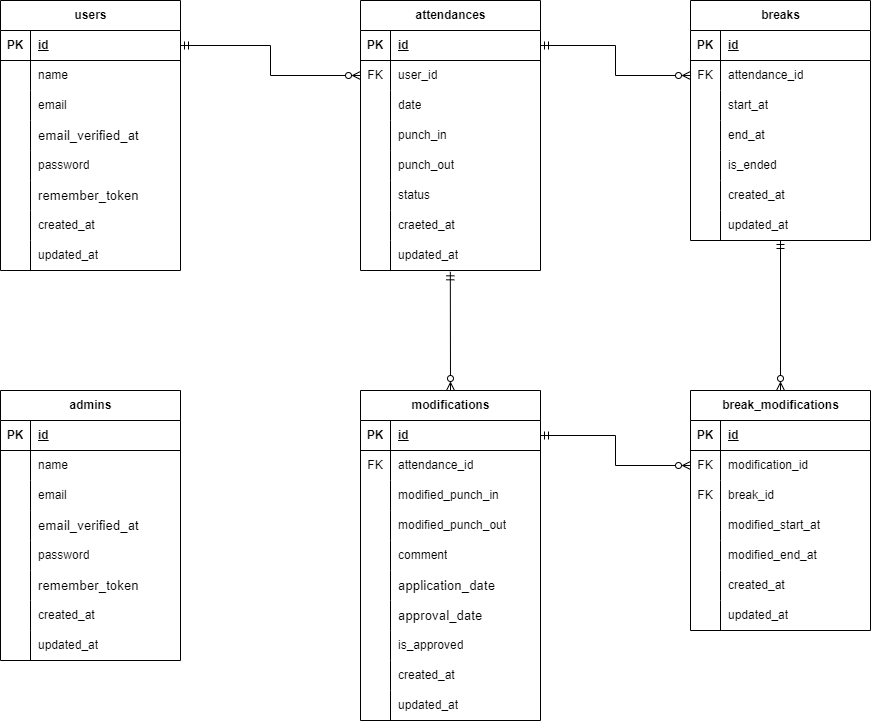
Earlier version of the draw.io export src/ER-diagram.drawio.png (Roba-97/ObanaRyota-mockcase2-attendance-app). Source tidied: cells renumbered, new cells last; positions are measured from the earlier drawing's top-left corner, leaving out a move shared by most shapes.
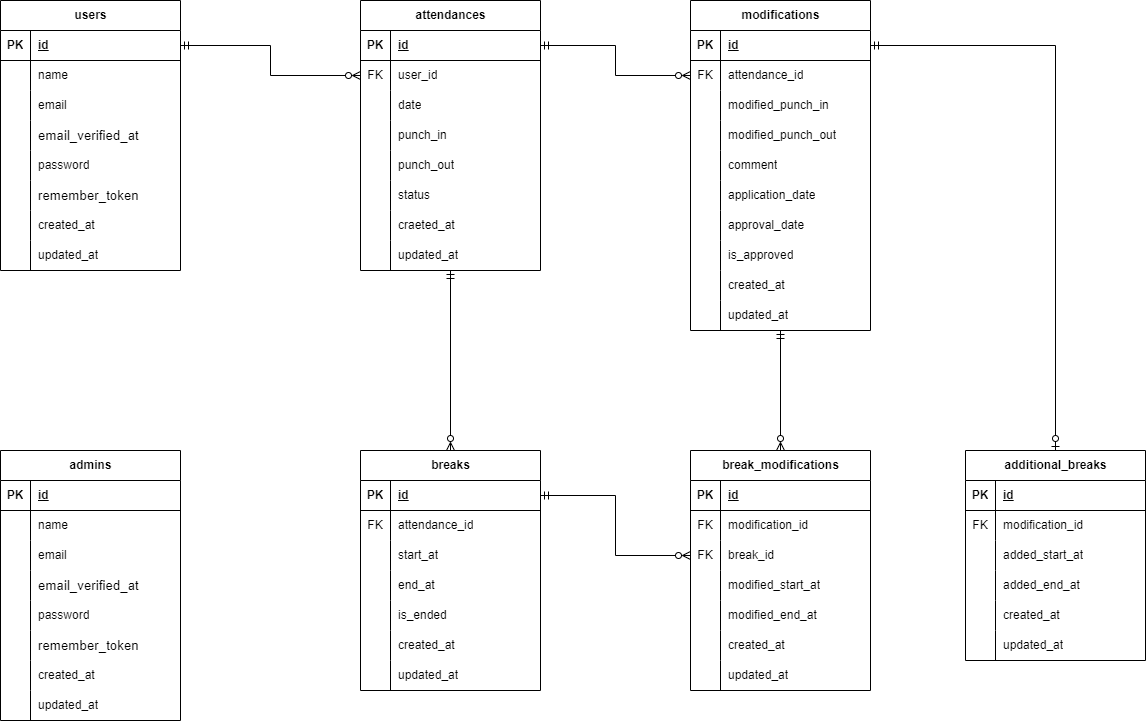
Above is the later version.

Diff of the diagram source:
```diff
@@ -3,7 +3,7 @@
     <mxCell id="0" />
     <mxCell id="1" parent="0" />
     <mxCell id="2" value="users" style="shape=table;startSize=30;rowLines=0;fontStyle=1;align=center;html=1;" parent="1" vertex="1">
-      <mxGeometry width="180" height="270" as="geometry" />
+      <mxGeometry x="-137" y="-30" width="180" height="270" as="geometry" />
     </mxCell>
     <mxCell id="3" style="shape=tableRow;horizontal=0;startSize=0;swimlaneHead=0;swimlaneBody=0;fillColor=none;points=[[0,0.5],[1,0.5]];portConstraint=eastwest;top=0;left=0;right=0;bottom=1;" parent="2" vertex="1">
       <mxGeometry y="30" width="180" height="30" as="geometry" />
@@ -78,7 +78,7 @@
       <mxGeometry x="30" width="150" height="30" as="geometry" />
     </mxCell>
     <mxCell id="27" value="admins" style="shape=table;startSize=30;rowLines=0;fontStyle=1;align=center;html=1;" parent="1" vertex="1">
-      <mxGeometry y="390" width="180" height="270" as="geometry" />
+      <mxGeometry x="-137" y="420" width="180" height="270" as="geometry" />
     </mxCell>
     <mxCell id="28" style="shape=tableRow;horizontal=0;startSize=0;swimlaneHead=0;swimlaneBody=0;fillColor=none;top=0;left=0;right=0;bottom=1;" parent="27" vertex="1">
       <mxGeometry y="30" width="180" height="30" as="geometry" />
@@ -153,7 +153,7 @@
       <mxGeometry x="30" width="150" height="30" as="geometry" />
     </mxCell>
     <mxCell id="52" value="attendances" style="shape=table;startSize=30;rowLines=0;fontStyle=1;align=center;html=1;" parent="1" vertex="1">
-      <mxGeometry x="360" width="180" height="270" as="geometry" />
+      <mxGeometry x="223" y="-30" width="180" height="270" as="geometry" />
     </mxCell>
     <mxCell id="53" style="shape=tableRow;horizontal=0;startSize=0;swimlaneHead=0;swimlaneBody=0;fillColor=none;points=[[0,0.5],[1,0.5]];portConstraint=eastwest;top=0;left=0;right=0;bottom=1;" parent="52" vertex="1">
       <mxGeometry y="30" width="180" height="30" as="geometry" />
@@ -227,8 +227,11 @@
     <mxCell id="76" value="updated_at" style="shape=partialRectangle;fillColor=none;top=0;left=0;bottom=0;right=0;align=left;spacingLeft=6;overflow=hidden;whiteSpace=wrap;html=1;" parent="74" vertex="1">
       <mxGeometry x="30" width="150" height="30" as="geometry" />
     </mxCell>
+    <mxCell id="157" style="edgeStyle=none;html=1;exitX=0.5;exitY=0;exitDx=0;exitDy=0;startArrow=ERzeroToMany;startFill=0;endArrow=ERmandOne;endFill=0;" parent="1" edge="1" source="77" target="74">
+      <mxGeometry relative="1" as="geometry" />
+    </mxCell>
     <mxCell id="77" value="breaks" style="shape=table;startSize=30;rowLines=0;fontStyle=1;align=center;html=1;" parent="1" vertex="1">
-      <mxGeometry x="690" width="180" height="240" as="geometry" />
+      <mxGeometry x="223" y="420" width="180" height="240" as="geometry" />
     </mxCell>
     <mxCell id="78" style="shape=tableRow;horizontal=0;startSize=0;swimlaneHead=0;swimlaneBody=0;fillColor=none;points=[[0,0.5],[1,0.5]];portConstraint=eastwest;top=0;left=0;right=0;bottom=1;" parent="77" vertex="1">
       <mxGeometry y="30" width="180" height="30" as="geometry" />
@@ -294,7 +297,7 @@
       <mxGeometry x="30" width="150" height="30" as="geometry" />
     </mxCell>
     <mxCell id="99" value="modifications" style="shape=table;startSize=30;rowLines=0;fontStyle=1;align=center;html=1;" parent="1" vertex="1">
-      <mxGeometry x="360" y="390" width="180" height="330" as="geometry" />
+      <mxGeometry x="553" y="-30" width="180" height="330" as="geometry" />
     </mxCell>
     <mxCell id="100" style="shape=tableRow;horizontal=0;startSize=0;swimlaneHead=0;swimlaneBody=0;fillColor=none;points=[[0,0.5],[1,0.5]];portConstraint=eastwest;top=0;left=0;right=0;bottom=1;" parent="99" vertex="1">
       <mxGeometry y="30" width="180" height="30" as="geometry" />
@@ -347,7 +350,7 @@
     <mxCell id="116" style="shape=partialRectangle;fillColor=none;top=0;left=0;bottom=0;right=0;overflow=hidden;whiteSpace=wrap;html=1;" parent="115" vertex="1">
       <mxGeometry width="30" height="30" as="geometry" />
     </mxCell>
-    <mxCell id="117" value="&lt;span style=&quot;color: rgb(0, 0, 0); font-size: 10pt; font-family: Arial;&quot;&gt;application_date&lt;/span&gt;" style="shape=partialRectangle;fillColor=none;top=0;left=0;bottom=0;right=0;align=left;spacingLeft=6;overflow=hidden;whiteSpace=wrap;html=1;" parent="115" vertex="1">
+    <mxCell id="117" value="&lt;span style=&quot;color: rgb(0, 0, 0);&quot;&gt;&lt;font face=&quot;Helvetica&quot; style=&quot;&quot;&gt;application_date&lt;/font&gt;&lt;/span&gt;" style="shape=partialRectangle;fillColor=none;top=0;left=0;bottom=0;right=0;align=left;spacingLeft=6;overflow=hidden;whiteSpace=wrap;html=1;" parent="115" vertex="1">
       <mxGeometry x="30" width="150" height="30" as="geometry" />
     </mxCell>
     <mxCell id="118" style="shape=tableRow;horizontal=0;startSize=0;swimlaneHead=0;swimlaneBody=0;fillColor=none;top=0;left=0;right=0;bottom=0;" parent="99" vertex="1">
@@ -356,7 +359,7 @@
     <mxCell id="119" style="shape=partialRectangle;fillColor=none;top=0;left=0;bottom=0;right=0;overflow=hidden;whiteSpace=wrap;html=1;" parent="118" vertex="1">
       <mxGeometry width="30" height="30" as="geometry" />
     </mxCell>
-    <mxCell id="120" value="&lt;span style=&quot;color: rgb(0, 0, 0); font-size: 10pt; font-family: Arial;&quot;&gt;approval_date&lt;/span&gt;" style="shape=partialRectangle;fillColor=none;top=0;left=0;bottom=0;right=0;align=left;spacingLeft=6;overflow=hidden;whiteSpace=wrap;html=1;" parent="118" vertex="1">
+    <mxCell id="120" value="&lt;span style=&quot;color: rgb(0, 0, 0);&quot;&gt;&lt;font face=&quot;Helvetica&quot; style=&quot;&quot;&gt;approval_date&lt;/font&gt;&lt;/span&gt;" style="shape=partialRectangle;fillColor=none;top=0;left=0;bottom=0;right=0;align=left;spacingLeft=6;overflow=hidden;whiteSpace=wrap;html=1;" parent="118" vertex="1">
       <mxGeometry x="30" width="150" height="30" as="geometry" />
     </mxCell>
     <mxCell id="121" style="shape=tableRow;horizontal=0;startSize=0;swimlaneHead=0;swimlaneBody=0;fillColor=none;top=0;left=0;right=0;bottom=0;" parent="99" vertex="1">
@@ -386,11 +389,11 @@
     <mxCell id="129" value="&lt;span style=&quot;color: rgb(0, 0, 0);&quot;&gt;updated_at&lt;/span&gt;" style="shape=partialRectangle;fillColor=none;top=0;left=0;bottom=0;right=0;align=left;spacingLeft=6;overflow=hidden;whiteSpace=wrap;html=1;" parent="127" vertex="1">
       <mxGeometry x="30" width="150" height="30" as="geometry" />
     </mxCell>
-    <mxCell id="130" style="edgeStyle=none;html=1;exitX=0.5;exitY=0;exitDx=0;exitDy=0;endArrow=ERmandOne;endFill=0;startArrow=ERzeroToMany;startFill=0;" parent="1" edge="1" source="131" target="96">
-      <mxGeometry relative="1" as="geometry" />
-    </mxCell>
+    <mxCell id="158" style="edgeStyle=none;html=1;exitX=0.5;exitY=0;exitDx=0;exitDy=0;entryX=0.5;entryY=1;entryDx=0;entryDy=0;endArrow=ERmandOne;endFill=0;startArrow=ERzeroToMany;startFill=0;" parent="1" edge="1" source="131" target="99">
+      <mxGeometry relative="1" as="geometry" />
+    </mxCell>
     <mxCell id="131" value="break_modifications" style="shape=table;startSize=30;rowLines=0;fontStyle=1;align=center;html=1;" parent="1" vertex="1">
-      <mxGeometry x="690" y="390" width="180" height="240" as="geometry" />
+      <mxGeometry x="553" y="420" width="180" height="240" as="geometry" />
     </mxCell>
     <mxCell id="132" style="shape=tableRow;horizontal=0;startSize=0;swimlaneHead=0;swimlaneBody=0;fillColor=none;top=0;left=0;right=0;bottom=1;" parent="131" vertex="1">
       <mxGeometry y="30" width="180" height="30" as="geometry" />
@@ -458,14 +461,71 @@
     <mxCell id="153" style="html=1;exitX=1;exitY=0.5;exitDx=0;exitDy=0;entryX=0;entryY=0.5;entryDx=0;entryDy=0;startArrow=ERmandOne;startFill=0;endArrow=ERzeroToMany;endFill=0;edgeStyle=orthogonalEdgeStyle;rounded=0;curved=0;" parent="1" edge="1" source="3" target="56">
       <mxGeometry relative="1" as="geometry" />
     </mxCell>
-    <mxCell id="154" style="edgeStyle=orthogonalEdgeStyle;html=1;exitX=1;exitY=0.5;exitDx=0;exitDy=0;entryX=0;entryY=0.5;entryDx=0;entryDy=0;rounded=0;startArrow=ERmandOne;startFill=0;endArrow=ERzeroToMany;endFill=0;" parent="1" edge="1" source="53" target="81">
-      <mxGeometry relative="1" as="geometry" />
-    </mxCell>
-    <mxCell id="155" style="edgeStyle=orthogonalEdgeStyle;html=1;exitX=1;exitY=0.5;exitDx=0;exitDy=0;entryX=0;entryY=0.5;entryDx=0;entryDy=0;rounded=0;curved=0;startArrow=ERmandOne;startFill=0;endArrow=ERzeroToMany;endFill=0;" parent="1" edge="1" source="100" target="135">
-      <mxGeometry relative="1" as="geometry" />
-    </mxCell>
-    <mxCell id="156" style="edgeStyle=none;html=1;exitX=0.5;exitY=0;exitDx=0;exitDy=0;entryX=0.499;entryY=1.044;entryDx=0;entryDy=0;entryPerimeter=0;startArrow=ERzeroToMany;startFill=0;endArrow=ERmandOne;endFill=0;" parent="1" edge="1" source="99" target="74">
-      <mxGeometry relative="1" as="geometry" />
-    </mxCell>
+    <mxCell id="159" style="edgeStyle=orthogonalEdgeStyle;html=1;exitX=1;exitY=0.5;exitDx=0;exitDy=0;entryX=0;entryY=0.5;entryDx=0;entryDy=0;strokeColor=default;rounded=0;startArrow=ERmandOne;startFill=0;endArrow=ERzeroToMany;endFill=0;" parent="1" edge="1" source="53" target="103">
+      <mxGeometry relative="1" as="geometry" />
+    </mxCell>
+    <mxCell id="160" value="additional_breaks" style="shape=table;startSize=30;rowLines=0;fontStyle=1;align=center;html=1;" parent="1" vertex="1">
+      <mxGeometry x="828" y="420" width="180" height="210" as="geometry" />
+    </mxCell>
+    <mxCell id="161" style="shape=tableRow;horizontal=0;startSize=0;swimlaneHead=0;swimlaneBody=0;fillColor=none;top=0;left=0;right=0;bottom=1;" parent="160" vertex="1">
+      <mxGeometry y="30" width="180" height="30" as="geometry" />
+    </mxCell>
+    <mxCell id="162" value="PK" style="shape=partialRectangle;fillColor=none;top=0;left=0;bottom=0;right=0;fontStyle=1;overflow=hidden;whiteSpace=wrap;html=1;" parent="161" vertex="1">
+      <mxGeometry width="30" height="30" as="geometry" />
+    </mxCell>
+    <mxCell id="163" value="id" style="shape=partialRectangle;fillColor=none;top=0;left=0;bottom=0;right=0;align=left;spacingLeft=6;fontStyle=5;overflow=hidden;whiteSpace=wrap;html=1;" parent="161" vertex="1">
+      <mxGeometry x="30" width="150" height="30" as="geometry" />
+    </mxCell>
+    <mxCell id="164" style="shape=tableRow;horizontal=0;startSize=0;swimlaneHead=0;swimlaneBody=0;fillColor=none;top=0;left=0;right=0;bottom=0;" parent="160" vertex="1">
+      <mxGeometry y="60" width="180" height="30" as="geometry" />
+    </mxCell>
+    <mxCell id="165" value="FK" style="shape=partialRectangle;fillColor=none;top=0;left=0;bottom=0;right=0;fontStyle=0;overflow=hidden;whiteSpace=wrap;html=1;" parent="164" vertex="1">
+      <mxGeometry width="30" height="30" as="geometry" />
+    </mxCell>
+    <mxCell id="166" value="modification_id" style="shape=partialRectangle;fillColor=none;top=0;left=0;bottom=0;right=0;align=left;spacingLeft=6;fontStyle=0;overflow=hidden;whiteSpace=wrap;html=1;" parent="164" vertex="1">
+      <mxGeometry x="30" width="150" height="30" as="geometry" />
+    </mxCell>
+    <mxCell id="167" style="shape=tableRow;horizontal=0;startSize=0;swimlaneHead=0;swimlaneBody=0;fillColor=none;top=0;left=0;right=0;bottom=0;" parent="160" vertex="1">
+      <mxGeometry y="90" width="180" height="30" as="geometry" />
+    </mxCell>
+    <mxCell id="168" style="shape=partialRectangle;fillColor=none;top=0;left=0;bottom=0;right=0;overflow=hidden;whiteSpace=wrap;html=1;" parent="167" vertex="1">
+      <mxGeometry width="30" height="30" as="geometry" />
+    </mxCell>
+    <mxCell id="169" value="added_start_at" style="shape=partialRectangle;fillColor=none;top=0;left=0;bottom=0;right=0;align=left;spacingLeft=6;overflow=hidden;whiteSpace=wrap;html=1;" parent="167" vertex="1">
+      <mxGeometry x="30" width="150" height="30" as="geometry" />
+    </mxCell>
+    <mxCell id="170" style="shape=tableRow;horizontal=0;startSize=0;swimlaneHead=0;swimlaneBody=0;fillColor=none;top=0;left=0;right=0;bottom=0;" parent="160" vertex="1">
+      <mxGeometry y="120" width="180" height="30" as="geometry" />
+    </mxCell>
+    <mxCell id="171" style="shape=partialRectangle;fillColor=none;top=0;left=0;bottom=0;right=0;overflow=hidden;whiteSpace=wrap;html=1;" parent="170" vertex="1">
+      <mxGeometry width="30" height="30" as="geometry" />
+    </mxCell>
+    <mxCell id="172" value="added_end_at" style="shape=partialRectangle;fillColor=none;top=0;left=0;bottom=0;right=0;align=left;spacingLeft=6;overflow=hidden;whiteSpace=wrap;html=1;" parent="170" vertex="1">
+      <mxGeometry x="30" width="150" height="30" as="geometry" />
+    </mxCell>
+    <mxCell id="173" style="shape=tableRow;horizontal=0;startSize=0;swimlaneHead=0;swimlaneBody=0;fillColor=none;top=0;left=0;right=0;bottom=0;" parent="160" vertex="1">
+      <mxGeometry y="150" width="180" height="30" as="geometry" />
+    </mxCell>
+    <mxCell id="174" style="shape=partialRectangle;fillColor=none;top=0;left=0;bottom=0;right=0;overflow=hidden;whiteSpace=wrap;html=1;" parent="173" vertex="1">
+      <mxGeometry width="30" height="30" as="geometry" />
+    </mxCell>
+    <mxCell id="175" value="created_at" style="shape=partialRectangle;fillColor=none;top=0;left=0;bottom=0;right=0;align=left;spacingLeft=6;overflow=hidden;whiteSpace=wrap;html=1;" parent="173" vertex="1">
+      <mxGeometry x="30" width="150" height="30" as="geometry" />
+    </mxCell>
+    <mxCell id="176" style="shape=tableRow;horizontal=0;startSize=0;swimlaneHead=0;swimlaneBody=0;fillColor=none;top=0;left=0;right=0;bottom=0;" parent="160" vertex="1">
+      <mxGeometry y="180" width="180" height="30" as="geometry" />
+    </mxCell>
+    <mxCell id="177" style="shape=partialRectangle;fillColor=none;top=0;left=0;bottom=0;right=0;overflow=hidden;whiteSpace=wrap;html=1;" parent="176" vertex="1">
+      <mxGeometry width="30" height="30" as="geometry" />
+    </mxCell>
+    <mxCell id="178" value="updated_at" style="shape=partialRectangle;fillColor=none;top=0;left=0;bottom=0;right=0;align=left;spacingLeft=6;overflow=hidden;whiteSpace=wrap;html=1;" parent="176" vertex="1">
+      <mxGeometry x="30" width="150" height="30" as="geometry" />
+    </mxCell>
+    <mxCell id="179" style="edgeStyle=orthogonalEdgeStyle;html=1;exitX=1;exitY=0.5;exitDx=0;exitDy=0;entryX=0.5;entryY=0;entryDx=0;entryDy=0;rounded=0;curved=0;endArrow=ERzeroToOne;endFill=0;startArrow=ERmandOne;startFill=0;" parent="1" edge="1" source="100" target="160">
+      <mxGeometry relative="1" as="geometry" />
+    </mxCell>
+    <mxCell id="180" style="edgeStyle=orthogonalEdgeStyle;html=1;exitX=1;exitY=0.5;exitDx=0;exitDy=0;entryX=0;entryY=0.5;entryDx=0;entryDy=0;rounded=0;startArrow=ERmandOne;startFill=0;endArrow=ERzeroToMany;endFill=0;" parent="1" edge="1" source="78" target="138">
+      <mxGeometry relative="1" as="geometry" />
+    </mxCell>
   </root>
 </mxGraphModel>
```
